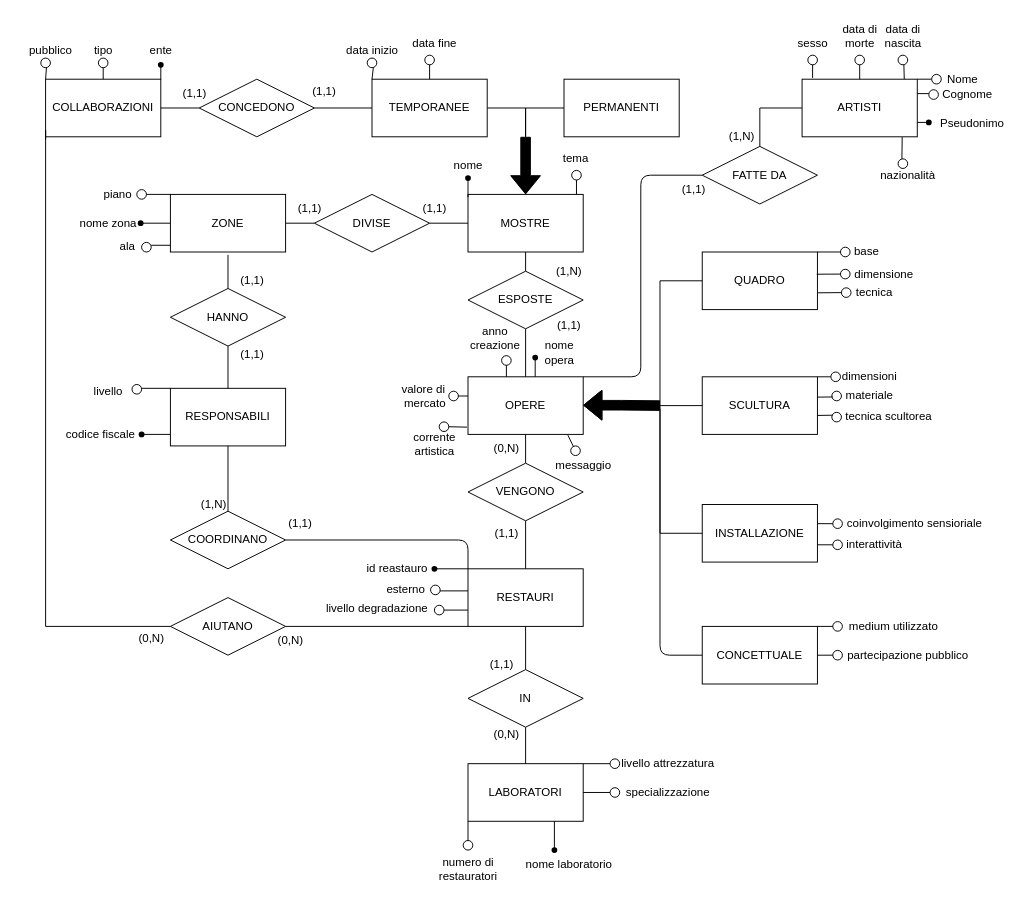
Earlier version of the draw.io diagram Museo.drawio (ColdBerri/Database-Unipd-2025). Source tidied: cells renumbered, new cells numbered last; positions are measured from the earlier drawing's top-left corner, leaving out a move shared by most shapes. Both pictures are drawn from the tidied source at 96%, with x=0, y=0 at pixel (16, 16).
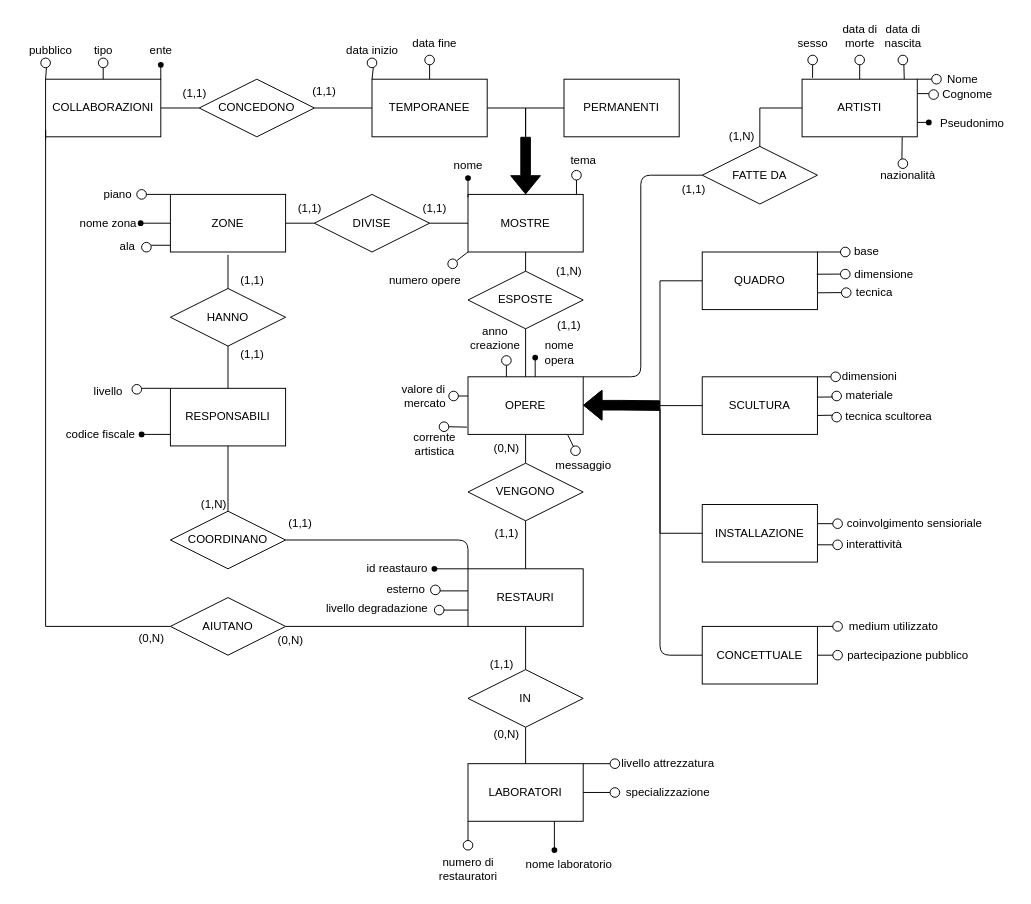
The same page after the edit.

Commit message:
aggiunta ridondanza nello schema er

Unchanged cells that the change refers to:
```xml
<mxCell id="8" value="MOSTRE" style="rounded=0;whiteSpace=wrap;html=1;" parent="1" vertex="1">
  <mxGeometry x="470" y="185" width="120" height="60" as="geometry" />
</mxCell>
```

Change to the diagram source:
```diff
@@
     <mxCell id="132" value="tema" style="text;html=1;align=center;verticalAlign=middle;strokeColor=none;fillColor=none;" parent="1" vertex="1">
-      <mxGeometry x="557" y="133" width="50" height="30" as="geometry" />
+      <mxGeometry x="565" y="135" width="50" height="30" as="geometry" />
     </mxCell>
@@
+    <mxCell id="206" style="endArrow=none;html=1;entryX=0;entryY=1;entryDx=0;entryDy=0;startArrow=none;" parent="1" edge="1" source="207" target="8">
+      <mxGeometry relative="1" as="geometry" />
+    </mxCell>
+    <mxCell id="207" style="ellipse;whiteSpace=wrap;html=1;" parent="1" vertex="1">
+      <mxGeometry x="449" y="252.3" width="10" height="10" as="geometry" />
+    </mxCell>
+    <mxCell id="208" value="numero opere" style="text;html=1;align=center;verticalAlign=middle;strokeColor=none;fillColor=none;" parent="1" vertex="1">
+      <mxGeometry x="375" y="260" width="100" height="30" as="geometry" />
+    </mxCell>
```
